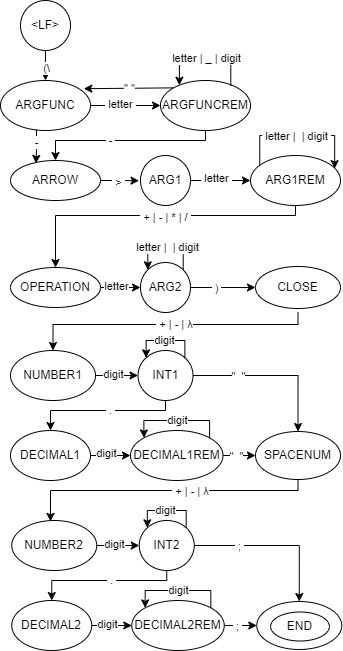
This is ReadMeImages/finiteAutomatonDiagram.png from matteoxpo/AbstractCompiler, a draw.io export, as it was before one commit. Source tidied: cells renumbered, new cells last; positions are measured from the earlier drawing's top-left corner, leaving out a move shared by most shapes.
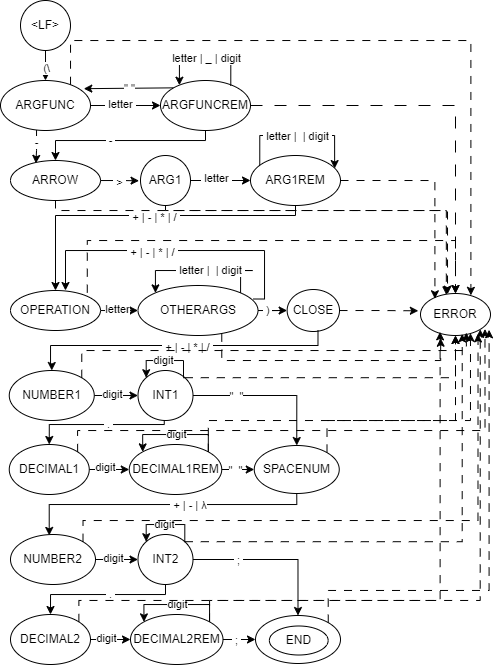
Later version of the same file.

Diff of the diagram source:
```diff
@@ -56,6 +56,9 @@
         <mxPoint x="23" as="offset" />
       </mxGeometry>
     </mxCell>
+    <mxCell id="80" style="edgeStyle=orthogonalEdgeStyle;rounded=0;jettySize=auto;html=1;exitX=1;exitY=0.5;exitDx=0;exitDy=0;entryX=0.5;entryY=0;entryDx=0;entryDy=0;dashed=1;dashPattern=12 12;" parent="1" edge="1" source="14" target="89">
+      <mxGeometry relative="1" as="geometry" />
+    </mxCell>
     <mxCell id="14" value="ARGFUNCREM" style="ellipse;whiteSpace=wrap;html=1;" parent="1" vertex="1">
       <mxGeometry x="160" y="80" width="90" height="50" as="geometry" />
     </mxCell>
@@ -92,8 +95,16 @@
         <mxPoint x="-1" y="1" as="offset" />
       </mxGeometry>
     </mxCell>
+    <mxCell id="81" style="edgeStyle=orthogonalEdgeStyle;rounded=0;jettySize=auto;html=1;exitX=1;exitY=1;exitDx=0;exitDy=0;dashed=1;dashPattern=8 8;" parent="1" edge="1" source="23" target="89">
+      <mxGeometry relative="1" as="geometry">
+        <Array as="points">
+          <mxPoint x="87" y="240" />
+          <mxPoint x="455" y="240" />
+        </Array>
+      </mxGeometry>
+    </mxCell>
     <mxCell id="23" value="OPERATION" style="ellipse;whiteSpace=wrap;html=1;" parent="1" vertex="1">
-      <mxGeometry x="10" y="267" width="90" height="40" as="geometry" />
+      <mxGeometry x="10" y="290" width="90" height="40" as="geometry" />
     </mxCell>
     <mxCell id="24" style="edgeStyle=orthogonalEdgeStyle;rounded=0;jettySize=auto;html=1;entryX=-0.029;entryY=0.505;entryDx=0;entryDy=0;entryPerimeter=0;" parent="1" edge="1" source="15" target="20">
       <mxGeometry relative="1" as="geometry" />
@@ -136,32 +147,20 @@
     </mxCell>
     <mxCell id="32" value="&amp;nbsp;)&amp;nbsp;" style="edgeLabel;html=1;align=center;verticalAlign=middle;" parent="31" vertex="1">
       <mxGeometry x="-0.19" y="-4" relative="1" as="geometry">
-        <mxPoint y="-3" as="offset" />
+        <mxPoint x="-10" y="4" as="offset" />
       </mxGeometry>
     </mxCell>
-    <mxCell id="33" value="ARG2" style="ellipse;whiteSpace=wrap;html=1;" parent="1" vertex="1">
-      <mxGeometry x="140" y="262" width="50" height="50" as="geometry" />
+    <mxCell id="33" value="OTHERARGS" style="ellipse;whiteSpace=wrap;html=1;" parent="1" vertex="1">
+      <mxGeometry x="137.5" y="285" width="120" height="50" as="geometry" />
     </mxCell>
-    <mxCell id="34" style="edgeStyle=orthogonalEdgeStyle;rounded=0;jettySize=auto;html=1;entryX=0.5;entryY=0;entryDx=0;entryDy=0;" parent="1" edge="1" target="41">
-      <mxGeometry relative="1" as="geometry">
-        <mxPoint x="297.5" y="312" as="sourcePoint" />
-        <Array as="points">
-          <mxPoint x="298" y="324" />
-          <mxPoint x="53" y="324" />
-        </Array>
-      </mxGeometry>
-    </mxCell>
-    <mxCell id="35" value="&amp;nbsp;+ | - | λ" style="edgeLabel;html=1;align=center;verticalAlign=middle;" parent="34" vertex="1">
-      <mxGeometry x="-0.04" relative="1" as="geometry" />
-    </mxCell>
     <mxCell id="36" value="CLOSE" style="ellipse;whiteSpace=wrap;html=1;" parent="1" vertex="1">
-      <mxGeometry x="255" y="266" width="85" height="42" as="geometry" />
+      <mxGeometry x="286.6" y="289" width="52.4" height="42" as="geometry" />
     </mxCell>
-    <mxCell id="37" style="edgeStyle=orthogonalEdgeStyle;rounded=0;orthogonalLoop=1;jettySize=auto;html=1;exitX=1;exitY=0;exitDx=0;exitDy=0;entryX=0;entryY=0;entryDx=0;entryDy=0;" parent="1" edge="1" source="33" target="33">
+    <mxCell id="37" style="edgeStyle=orthogonalEdgeStyle;rounded=0;orthogonalLoop=1;jettySize=auto;html=1;entryX=0;entryY=0;entryDx=0;entryDy=0;exitX=1;exitY=0;exitDx=0;exitDy=0;" parent="1" edge="1" source="33" target="33">
       <mxGeometry relative="1" as="geometry">
         <Array as="points">
-          <mxPoint x="183" y="247" />
-          <mxPoint x="147" y="247" />
+          <mxPoint x="252" y="270" />
+          <mxPoint x="166" y="270" />
         </Array>
       </mxGeometry>
     </mxCell>
@@ -179,13 +178,13 @@
       </mxGeometry>
     </mxCell>
     <mxCell id="41" value="NUMBER1" style="ellipse;whiteSpace=wrap;html=1;" parent="1" vertex="1">
-      <mxGeometry x="10" y="350" width="85" height="50" as="geometry" />
+      <mxGeometry x="8.8" y="370" width="85" height="50" as="geometry" />
     </mxCell>
     <mxCell id="42" style="edgeStyle=orthogonalEdgeStyle;rounded=0;jettySize=auto;html=1;entryX=0.5;entryY=0;entryDx=0;entryDy=0;exitX=0.5;exitY=1;exitDx=0;exitDy=0;" parent="1" edge="1" source="46" target="51">
       <mxGeometry relative="1" as="geometry">
         <Array as="points">
-          <mxPoint x="165" y="410" />
-          <mxPoint x="50" y="410" />
+          <mxPoint x="163.8" y="424" />
+          <mxPoint x="48.8" y="424" />
         </Array>
       </mxGeometry>
     </mxCell>
@@ -200,27 +199,31 @@
     <mxCell id="45" value="&quot;&amp;nbsp; &quot;" style="edgeLabel;html=1;align=center;verticalAlign=middle;" parent="44" vertex="1">
       <mxGeometry x="-0.44" y="-1" relative="1" as="geometry" />
     </mxCell>
+    <mxCell id="82" style="edgeStyle=orthogonalEdgeStyle;rounded=0;jettySize=auto;html=1;exitX=1;exitY=0;exitDx=0;exitDy=0;entryX=0.5;entryY=1;entryDx=0;entryDy=0;dashed=1;dashPattern=8 8;" parent="1" edge="1" source="46" target="89">
+      <mxGeometry relative="1" as="geometry" />
+    </mxCell>
     <mxCell id="46" value="INT1" style="ellipse;whiteSpace=wrap;html=1;" parent="1" vertex="1">
-      <mxGeometry x="137.5" y="350" width="55" height="50" as="geometry" />
+      <mxGeometry x="137.5" y="370" width="55" height="50" as="geometry" />
     </mxCell>
     <mxCell id="47" style="edgeStyle=orthogonalEdgeStyle;rounded=0;orthogonalLoop=1;jettySize=auto;html=1;exitX=1;exitY=0;exitDx=0;exitDy=0;entryX=0;entryY=0;entryDx=0;entryDy=0;" parent="1" edge="1" source="46" target="46">
       <mxGeometry relative="1" as="geometry">
         <Array as="points">
-          <mxPoint x="184" y="340" />
-          <mxPoint x="146" y="340" />
+          <mxPoint x="183" y="377" />
+          <mxPoint x="183" y="360" />
+          <mxPoint x="146" y="360" />
         </Array>
       </mxGeometry>
     </mxCell>
     <mxCell id="48" value="digit" style="edgeLabel;html=1;align=center;verticalAlign=middle;" parent="47" vertex="1">
       <mxGeometry x="0.21" relative="1" as="geometry">
-        <mxPoint x="6" as="offset" />
+        <mxPoint x="5" as="offset" />
       </mxGeometry>
     </mxCell>
     <mxCell id="49" style="edgeStyle=orthogonalEdgeStyle;rounded=0;jettySize=auto;html=1;entryX=0;entryY=0.5;entryDx=0;entryDy=0;exitX=1;exitY=0.5;exitDx=0;exitDy=0;" parent="1" edge="1" source="51" target="54">
       <mxGeometry relative="1" as="geometry">
         <Array as="points">
-          <mxPoint x="100" y="455" />
-          <mxPoint x="100" y="455" />
+          <mxPoint x="98.8" y="469" />
+          <mxPoint x="98.8" y="469" />
         </Array>
       </mxGeometry>
     </mxCell>
@@ -230,7 +233,7 @@
       </mxGeometry>
     </mxCell>
     <mxCell id="51" value="DECIMAL1" style="ellipse;whiteSpace=wrap;html=1;" parent="1" vertex="1">
-      <mxGeometry x="10" y="430" width="80" height="50" as="geometry" />
+      <mxGeometry x="8.8" y="444" width="80" height="50" as="geometry" />
     </mxCell>
     <mxCell id="52" style="edgeStyle=orthogonalEdgeStyle;rounded=0;jettySize=auto;html=1;entryX=0;entryY=0.5;entryDx=0;entryDy=0;" parent="1" edge="1" source="54" target="57">
       <mxGeometry relative="1" as="geometry" />
@@ -241,28 +244,36 @@
       </mxGeometry>
     </mxCell>
     <mxCell id="54" value="DECIMAL1REM" style="ellipse;whiteSpace=wrap;html=1;" parent="1" vertex="1">
-      <mxGeometry x="130" y="430" width="92.5" height="50" as="geometry" />
+      <mxGeometry x="128.8" y="444" width="92.5" height="50" as="geometry" />
     </mxCell>
     <mxCell id="55" style="edgeStyle=orthogonalEdgeStyle;rounded=0;jettySize=auto;html=1;entryX=0.449;entryY=0.018;entryDx=0;entryDy=0;entryPerimeter=0;" parent="1" edge="1" source="57" target="62">
       <mxGeometry relative="1" as="geometry">
         <Array as="points">
-          <mxPoint x="298" y="490" />
-          <mxPoint x="50" y="490" />
-          <mxPoint x="50" y="521" />
+          <mxPoint x="296.8" y="504" />
+          <mxPoint x="48.8" y="504" />
+          <mxPoint x="48.8" y="535" />
         </Array>
       </mxGeometry>
     </mxCell>
     <mxCell id="56" value="&amp;nbsp;+ | - |&amp;nbsp;λ" style="edgeLabel;html=1;align=center;verticalAlign=middle;" parent="55" vertex="1">
       <mxGeometry x="-0.18" y="1" relative="1" as="geometry" />
     </mxCell>
+    <mxCell id="83" style="edgeStyle=orthogonalEdgeStyle;rounded=0;jettySize=auto;html=1;exitX=1;exitY=0;exitDx=0;exitDy=0;dashed=1;dashPattern=8 8;" parent="1" edge="1" source="57" target="89">
+      <mxGeometry relative="1" as="geometry">
+        <Array as="points">
+          <mxPoint x="327" y="420" />
+          <mxPoint x="455" y="420" />
+        </Array>
+      </mxGeometry>
+    </mxCell>
     <mxCell id="57" value="SPACENUM" style="ellipse;whiteSpace=wrap;html=1;" parent="1" vertex="1">
-      <mxGeometry x="255" y="431" width="85" height="48" as="geometry" />
+      <mxGeometry x="253.8" y="445" width="85" height="48" as="geometry" />
     </mxCell>
     <mxCell id="58" style="edgeStyle=orthogonalEdgeStyle;rounded=0;orthogonalLoop=1;jettySize=auto;html=1;exitX=1;exitY=0;exitDx=0;exitDy=0;entryX=0;entryY=0;entryDx=0;entryDy=0;" parent="1" edge="1" source="54" target="54">
       <mxGeometry relative="1" as="geometry">
         <Array as="points">
-          <mxPoint x="209" y="420" />
-          <mxPoint x="143" y="420" />
+          <mxPoint x="207.8" y="434" />
+          <mxPoint x="141.8" y="434" />
         </Array>
       </mxGeometry>
     </mxCell>
@@ -280,13 +291,13 @@
       </mxGeometry>
     </mxCell>
     <mxCell id="62" value="NUMBER2" style="ellipse;whiteSpace=wrap;html=1;" parent="1" vertex="1">
-      <mxGeometry x="11.2" y="520" width="85" height="50" as="geometry" />
+      <mxGeometry x="10" y="534" width="85" height="50" as="geometry" />
     </mxCell>
     <mxCell id="63" style="edgeStyle=orthogonalEdgeStyle;rounded=0;jettySize=auto;html=1;entryX=0.5;entryY=0;entryDx=0;entryDy=0;exitX=0.5;exitY=1;exitDx=0;exitDy=0;" parent="1" edge="1" source="67" target="72">
       <mxGeometry relative="1" as="geometry">
         <Array as="points">
-          <mxPoint x="166.2" y="580" />
-          <mxPoint x="51.2" y="580" />
+          <mxPoint x="165" y="594" />
+          <mxPoint x="50" y="594" />
         </Array>
       </mxGeometry>
     </mxCell>
@@ -302,13 +313,13 @@
       <mxGeometry x="-0.44" y="-1" relative="1" as="geometry" />
     </mxCell>
     <mxCell id="67" value="INT2" style="ellipse;whiteSpace=wrap;html=1;" parent="1" vertex="1">
-      <mxGeometry x="138.8" y="520" width="55" height="50" as="geometry" />
+      <mxGeometry x="137.5" y="534" width="55" height="50" as="geometry" />
     </mxCell>
     <mxCell id="68" style="edgeStyle=orthogonalEdgeStyle;rounded=0;orthogonalLoop=1;jettySize=auto;html=1;exitX=1;exitY=0;exitDx=0;exitDy=0;entryX=0;entryY=0;entryDx=0;entryDy=0;" parent="1" edge="1" source="67" target="67">
       <mxGeometry relative="1" as="geometry">
         <Array as="points">
-          <mxPoint x="185.2" y="510" />
-          <mxPoint x="147.2" y="510" />
+          <mxPoint x="184" y="524" />
+          <mxPoint x="146" y="524" />
         </Array>
       </mxGeometry>
     </mxCell>
@@ -320,8 +331,8 @@
     <mxCell id="70" style="edgeStyle=orthogonalEdgeStyle;rounded=0;jettySize=auto;html=1;entryX=0;entryY=0.5;entryDx=0;entryDy=0;exitX=1;exitY=0.5;exitDx=0;exitDy=0;" parent="1" edge="1" source="72" target="75">
       <mxGeometry relative="1" as="geometry">
         <Array as="points">
-          <mxPoint x="101.2" y="625" />
-          <mxPoint x="101.2" y="625" />
+          <mxPoint x="100" y="639" />
+          <mxPoint x="100" y="639" />
         </Array>
       </mxGeometry>
     </mxCell>
@@ -331,7 +342,7 @@
       </mxGeometry>
     </mxCell>
     <mxCell id="72" value="DECIMAL2" style="ellipse;whiteSpace=wrap;html=1;" parent="1" vertex="1">
-      <mxGeometry x="11.2" y="600" width="80" height="50" as="geometry" />
+      <mxGeometry x="10" y="614" width="80" height="50" as="geometry" />
     </mxCell>
     <mxCell id="73" style="edgeStyle=orthogonalEdgeStyle;rounded=0;jettySize=auto;html=1;entryX=0;entryY=0.5;entryDx=0;entryDy=0;" parent="1" edge="1" source="75" target="76">
       <mxGeometry relative="1" as="geometry" />
@@ -341,17 +352,25 @@
         <mxPoint x="-3" y="-1" as="offset" />
       </mxGeometry>
     </mxCell>
+    <mxCell id="84" style="edgeStyle=orthogonalEdgeStyle;rounded=0;jettySize=auto;html=1;exitX=1;exitY=0;exitDx=0;exitDy=0;entryX=1;entryY=1;entryDx=0;entryDy=0;dashed=1;dashPattern=8 8;" parent="1" edge="1" source="75" target="89">
+      <mxGeometry relative="1" as="geometry">
+        <Array as="points">
+          <mxPoint x="209" y="600" />
+          <mxPoint x="480" y="600" />
+        </Array>
+      </mxGeometry>
+    </mxCell>
     <mxCell id="75" value="DECIMAL2REM" style="ellipse;whiteSpace=wrap;html=1;" parent="1" vertex="1">
-      <mxGeometry x="131.2" y="600" width="92.5" height="50" as="geometry" />
+      <mxGeometry x="130" y="614" width="92.5" height="50" as="geometry" />
     </mxCell>
     <mxCell id="76" value="END" style="ellipse;whiteSpace=wrap;html=1;" parent="1" vertex="1">
-      <mxGeometry x="256.2" y="601" width="85" height="48" as="geometry" />
+      <mxGeometry x="255" y="615" width="85" height="48" as="geometry" />
     </mxCell>
     <mxCell id="77" style="edgeStyle=orthogonalEdgeStyle;rounded=0;orthogonalLoop=1;jettySize=auto;html=1;exitX=1;exitY=0;exitDx=0;exitDy=0;entryX=0;entryY=0;entryDx=0;entryDy=0;" parent="1" edge="1" source="75" target="75">
       <mxGeometry relative="1" as="geometry">
         <Array as="points">
-          <mxPoint x="210.2" y="590" />
-          <mxPoint x="144.2" y="590" />
+          <mxPoint x="209" y="604" />
+          <mxPoint x="143" y="604" />
         </Array>
       </mxGeometry>
     </mxCell>
@@ -361,7 +380,126 @@
       </mxGeometry>
     </mxCell>
     <mxCell id="79" value="END" style="ellipse;whiteSpace=wrap;html=1;" parent="1" vertex="1">
-      <mxGeometry x="270.1" y="611.5" width="58.8" height="29" as="geometry" />
+      <mxGeometry x="268.9" y="625.5" width="58.8" height="29" as="geometry" />
     </mxCell>
+    <mxCell id="85" style="edgeStyle=orthogonalEdgeStyle;rounded=0;jettySize=auto;html=1;exitX=0.961;exitY=0.27;exitDx=0;exitDy=0;exitPerimeter=0;" parent="1" edge="1" source="33">
+      <mxGeometry relative="1" as="geometry">
+        <mxPoint x="65" y="290" as="targetPoint" />
+        <Array as="points">
+          <mxPoint x="264" y="250" />
+          <mxPoint x="65" y="250" />
+        </Array>
+      </mxGeometry>
+    </mxCell>
+    <mxCell id="86" value="&amp;nbsp;+ | - | * | /&amp;nbsp;" style="edgeLabel;html=1;align=center;verticalAlign=middle;" parent="85" vertex="1">
+      <mxGeometry x="-0.06" y="2" relative="1" as="geometry">
+        <mxPoint x="-31" as="offset" />
+      </mxGeometry>
+    </mxCell>
+    <mxCell id="87" style="edgeStyle=orthogonalEdgeStyle;rounded=0;jettySize=auto;html=1;entryX=0.5;entryY=0;entryDx=0;entryDy=0;" parent="1" edge="1" target="41">
+      <mxGeometry relative="1" as="geometry">
+        <mxPoint x="317.5" y="330" as="sourcePoint" />
+        <Array as="points">
+          <mxPoint x="318" y="345" />
+          <mxPoint x="50" y="345" />
+          <mxPoint x="50" y="364" />
+        </Array>
+      </mxGeometry>
+    </mxCell>
+    <mxCell id="88" value="&amp;nbsp;+ | - | * | /&amp;nbsp;" style="edgeLabel;html=1;align=center;verticalAlign=middle;" parent="87" vertex="1">
+      <mxGeometry x="-0.06" y="2" relative="1" as="geometry" />
+    </mxCell>
+    <mxCell id="89" value="ERROR" style="ellipse;whiteSpace=wrap;html=1;" parent="1" vertex="1">
+      <mxGeometry x="420" y="293" width="70" height="42" as="geometry" />
+    </mxCell>
+    <mxCell id="90" style="edgeStyle=orthogonalEdgeStyle;rounded=0;jettySize=auto;html=1;entryX=0.72;entryY=0.044;entryDx=0;entryDy=0;entryPerimeter=0;dashed=1;dashPattern=8 8;" parent="1" edge="1" source="9" target="89">
+      <mxGeometry relative="1" as="geometry">
+        <Array as="points">
+          <mxPoint x="70" y="40" />
+          <mxPoint x="470" y="40" />
+        </Array>
+      </mxGeometry>
+    </mxCell>
+    <mxCell id="91" style="edgeStyle=orthogonalEdgeStyle;rounded=0;jettySize=auto;html=1;entryX=0.369;entryY=0.031;entryDx=0;entryDy=0;entryPerimeter=0;dashed=1;dashPattern=8 8;" parent="1" edge="1" source="15" target="89">
+      <mxGeometry relative="1" as="geometry">
+        <Array as="points">
+          <mxPoint x="55" y="210" />
+          <mxPoint x="446" y="210" />
+        </Array>
+      </mxGeometry>
+    </mxCell>
+    <mxCell id="92" style="edgeStyle=orthogonalEdgeStyle;rounded=0;jettySize=auto;html=1;exitX=0.5;exitY=1;exitDx=0;exitDy=0;entryX=0.386;entryY=0.017;entryDx=0;entryDy=0;entryPerimeter=0;dashed=1;dashPattern=8 8;" parent="1" edge="1" source="20" target="89">
+      <mxGeometry relative="1" as="geometry">
+        <Array as="points">
+          <mxPoint x="165" y="210" />
+          <mxPoint x="447" y="210" />
+        </Array>
+      </mxGeometry>
+    </mxCell>
+    <mxCell id="93" style="edgeStyle=orthogonalEdgeStyle;rounded=0;jettySize=auto;html=1;exitX=1;exitY=0.5;exitDx=0;exitDy=0;entryX=0.206;entryY=0.126;entryDx=0;entryDy=0;entryPerimeter=0;dashed=1;dashPattern=8 8;" parent="1" edge="1" source="28" target="89">
+      <mxGeometry relative="1" as="geometry" />
+    </mxCell>
+    <mxCell id="94" style="edgeStyle=orthogonalEdgeStyle;rounded=0;jettySize=auto;html=1;exitX=0.698;exitY=0.963;exitDx=0;exitDy=0;entryX=0.288;entryY=1.065;entryDx=0;entryDy=0;entryPerimeter=0;dashed=1;dashPattern=8 8;exitPerimeter=0;" parent="1" edge="1" source="33" target="89">
+      <mxGeometry relative="1" as="geometry">
+        <Array as="points">
+          <mxPoint x="221" y="360" />
+          <mxPoint x="440" y="360" />
+        </Array>
+      </mxGeometry>
+    </mxCell>
+    <mxCell id="95" style="edgeStyle=orthogonalEdgeStyle;rounded=0;jettySize=auto;html=1;entryX=-0.031;entryY=0.412;entryDx=0;entryDy=0;entryPerimeter=0;dashed=1;dashPattern=8 8;" parent="1" edge="1" source="36" target="89">
+      <mxGeometry relative="1" as="geometry" />
+    </mxCell>
+    <mxCell id="96" style="edgeStyle=orthogonalEdgeStyle;rounded=0;jettySize=auto;html=1;exitX=1;exitY=0;exitDx=0;exitDy=0;entryX=0.655;entryY=0.929;entryDx=0;entryDy=0;entryPerimeter=0;dashed=1;dashPattern=8 8;" parent="1" edge="1" source="41" target="89">
+      <mxGeometry relative="1" as="geometry">
+        <Array as="points">
+          <mxPoint x="81" y="350" />
+          <mxPoint x="466" y="350" />
+        </Array>
+      </mxGeometry>
+    </mxCell>
+    <mxCell id="97" style="edgeStyle=orthogonalEdgeStyle;rounded=0;jettySize=auto;html=1;exitX=1;exitY=0;exitDx=0;exitDy=0;entryX=0.714;entryY=0.946;entryDx=0;entryDy=0;entryPerimeter=0;dashed=1;dashPattern=8 8;" parent="1" edge="1" source="54" target="89">
+      <mxGeometry relative="1" as="geometry">
+        <Array as="points">
+          <mxPoint x="208" y="420" />
+          <mxPoint x="470" y="420" />
+        </Array>
+      </mxGeometry>
+    </mxCell>
+    <mxCell id="98" style="edgeStyle=orthogonalEdgeStyle;rounded=0;jettySize=auto;html=1;exitX=1;exitY=0;exitDx=0;exitDy=0;entryX=0.921;entryY=0.847;entryDx=0;entryDy=0;entryPerimeter=0;dashed=1;dashPattern=8 8;" parent="1" edge="1" source="51" target="89">
+      <mxGeometry relative="1" as="geometry">
+        <Array as="points">
+          <mxPoint x="77" y="430" />
+          <mxPoint x="485" y="430" />
+        </Array>
+      </mxGeometry>
+    </mxCell>
+    <mxCell id="99" style="edgeStyle=orthogonalEdgeStyle;rounded=0;jettySize=auto;html=1;exitX=1;exitY=0;exitDx=0;exitDy=0;entryX=0.822;entryY=0.962;entryDx=0;entryDy=0;entryPerimeter=0;dashed=1;dashPattern=8 8;" parent="1" edge="1" source="62" target="89">
+      <mxGeometry relative="1" as="geometry">
+        <Array as="points">
+          <mxPoint x="83" y="520" />
+          <mxPoint x="477" y="520" />
+        </Array>
+      </mxGeometry>
+    </mxCell>
+    <mxCell id="100" style="edgeStyle=orthogonalEdgeStyle;rounded=0;jettySize=auto;html=1;exitX=1;exitY=0;exitDx=0;exitDy=0;entryX=0.596;entryY=0.962;entryDx=0;entryDy=0;entryPerimeter=0;dashed=1;dashPattern=8 8;" parent="1" edge="1" source="67" target="89">
+      <mxGeometry relative="1" as="geometry" />
+    </mxCell>
+    <mxCell id="101" style="edgeStyle=orthogonalEdgeStyle;rounded=0;jettySize=auto;html=1;exitX=1;exitY=0;exitDx=0;exitDy=0;entryX=0.98;entryY=0.864;entryDx=0;entryDy=0;entryPerimeter=0;dashed=1;dashPattern=8 8;" parent="1" edge="1" source="76" target="89">
+      <mxGeometry relative="1" as="geometry">
+        <Array as="points">
+          <mxPoint x="328" y="590" />
+          <mxPoint x="489" y="590" />
+        </Array>
+      </mxGeometry>
+    </mxCell>
+    <mxCell id="102" style="edgeStyle=orthogonalEdgeStyle;rounded=0;jettySize=auto;html=1;exitX=1;exitY=0;exitDx=0;exitDy=0;entryX=0.28;entryY=0.913;entryDx=0;entryDy=0;entryPerimeter=0;dashed=1;dashPattern=8 8;" parent="1" edge="1" source="72" target="89">
+      <mxGeometry relative="1" as="geometry">
+        <Array as="points">
+          <mxPoint x="78" y="600" />
+          <mxPoint x="440" y="600" />
+        </Array>
+      </mxGeometry>
+    </mxCell>
   </root>
 </mxGraphModel>
```
